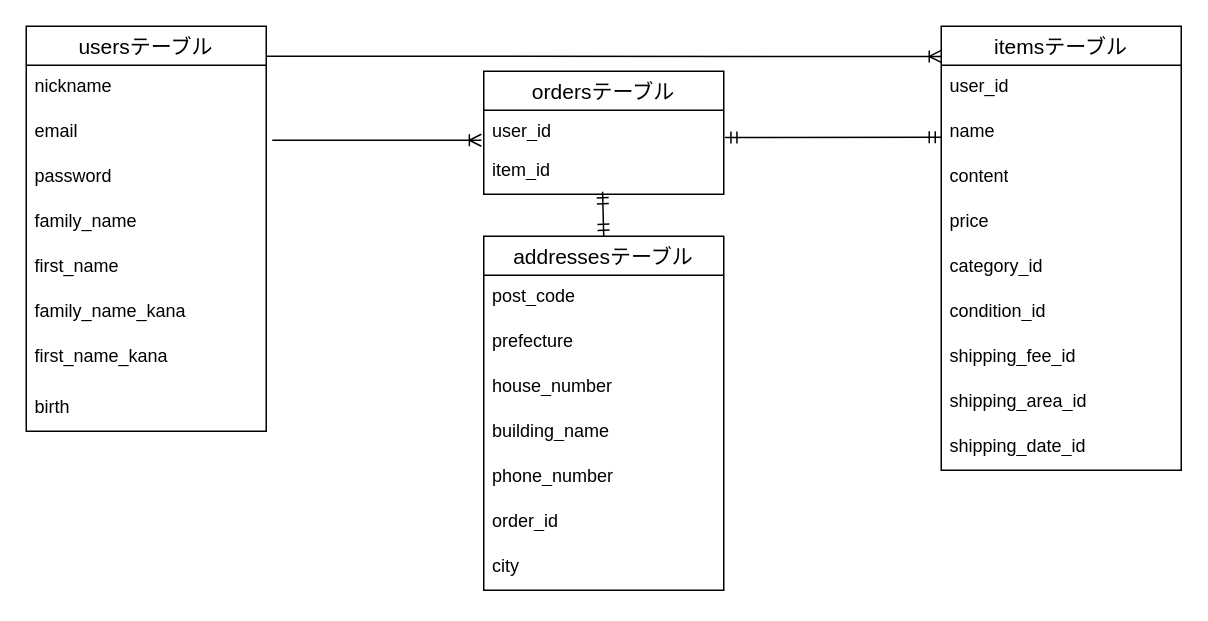
The draw.io diagram ER図.dio in yukisan04/furima-41486, before the edit. Source tidied: cells renumbered, new cells numbered last; positions are measured from the earlier drawing's top-left corner, leaving out a move shared by most shapes. Both pictures are drawn from the tidied source at 150%, with x=0, y=0 at pixel (26, 26).
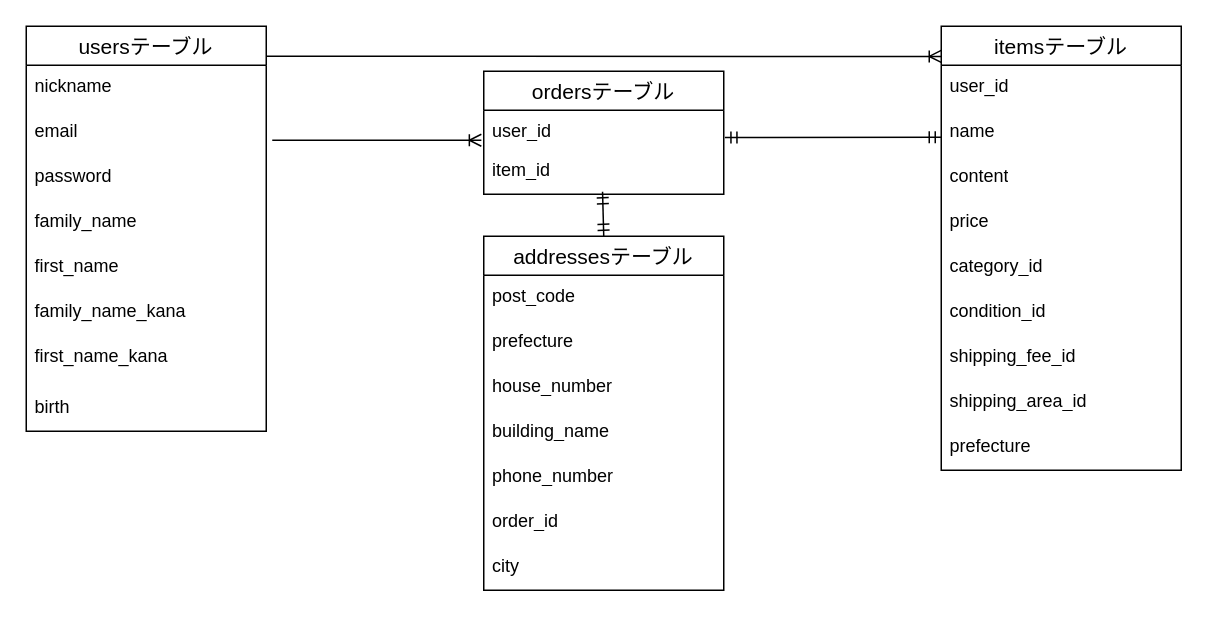
The same diagram, later.

The change refers to these unchanged cells:
```xml
<mxCell id="11" value="itemsテーブル" style="swimlane;fontStyle=0;horizontal=1;startSize=26;align=center;fontSize=14;labelBackgroundColor=none;" parent="1" vertex="1">
  <mxGeometry x="610" width="160" height="296" as="geometry" />
</mxCell>
```

Change to the diagram source:
```diff
@@
-    <mxCell id="20" value="shipping_date_id" style="text;strokeColor=none;fillColor=none;spacingLeft=4;spacingRight=4;overflow=hidden;fontSize=12;labelBackgroundColor=none;align=left;whiteSpace=wrap;html=1;" parent="11" vertex="1">
+    <mxCell id="20" value="prefecture" style="text;strokeColor=none;fillColor=none;spacingLeft=4;spacingRight=4;overflow=hidden;fontSize=12;labelBackgroundColor=none;align=left;whiteSpace=wrap;html=1;" parent="11" vertex="1">
       <mxGeometry y="266" width="160" height="30" as="geometry" />
     </mxCell>
```
